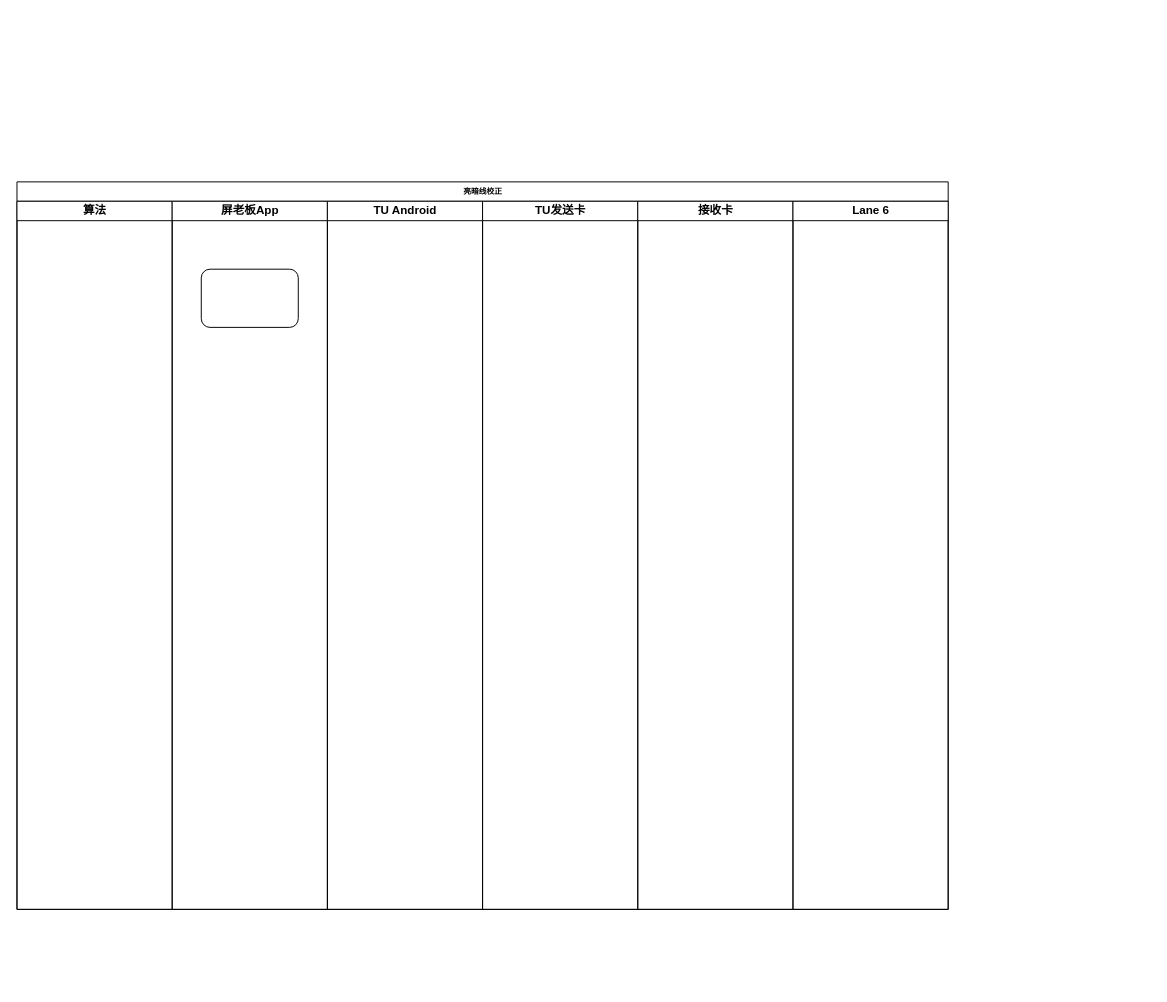
Above: 亮暗线打屏.drawio in yunlongwen/draw.io (draw.io), before the change. Source tidied: cells renumbered, new cells numbered last; positions are measured from the earlier drawing's top-left corner, leaving out a move shared by most shapes. Both pictures are drawn from the tidied source at 97%, with x=0, y=0 at pixel (16, 181).
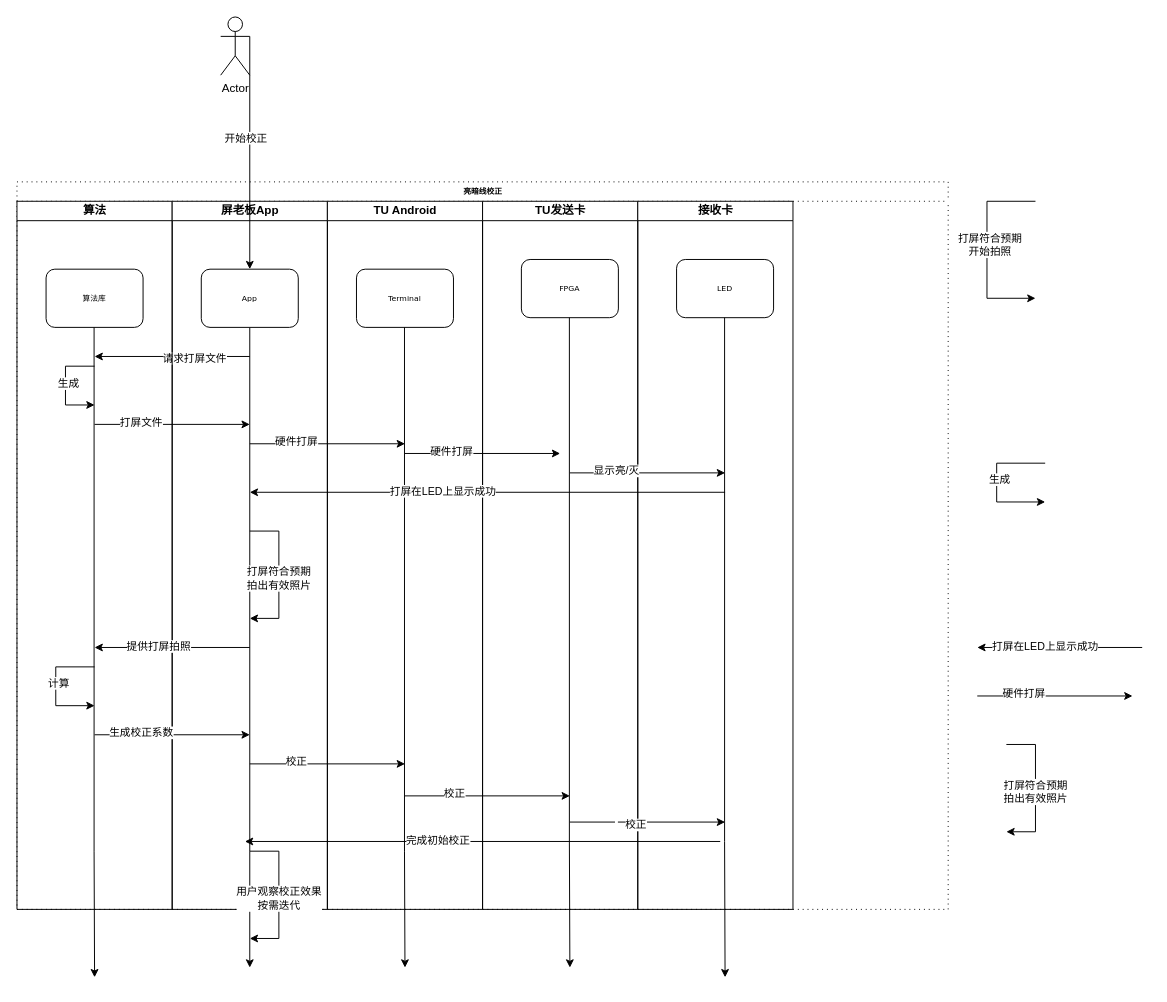
The same diagram, later.

Commit message:
更新亮暗线打屏.drawio

The change refers to these unchanged cells:
```xml
<mxCell id="3" value="算法" style="swimlane;html=1;startSize=20;" parent="2" vertex="1">
  <mxGeometry y="20" width="160" height="730" as="geometry" />
</mxCell>
<mxCell id="4" value="屏老板App" style="swimlane;html=1;startSize=20;" parent="2" vertex="1">
  <mxGeometry x="160" y="20" width="160" height="730" as="geometry" />
</mxCell>
<mxCell id="6" value="TU Android" style="swimlane;html=1;startSize=20;" parent="2" vertex="1">
  <mxGeometry x="320" y="20" width="160" height="730" as="geometry" />
</mxCell>
<mxCell id="7" value="TU发送卡" style="swimlane;html=1;startSize=20;" parent="2" vertex="1">
  <mxGeometry x="480" y="20" width="160" height="730" as="geometry" />
</mxCell>
<mxCell id="8" value="接收卡" style="swimlane;html=1;startSize=20;" parent="2" vertex="1">
  <mxGeometry x="640" y="20" width="160" height="730" as="geometry" />
</mxCell>
```

The edit, as a diff of the source:
```diff
@@
-    <mxCell id="2" value="亮暗线校正" style="swimlane;html=1;startSize=20;rounded=0;shadow=0;labelBackgroundColor=none;strokeWidth=1;fontFamily=Verdana;fontSize=8;align=center;" parent="1" vertex="1">
+    <mxCell id="2" value="亮暗线校正" style="swimlane;html=1;startSize=20;rounded=0;shadow=0;labelBackgroundColor=none;strokeWidth=1;fontFamily=Verdana;fontSize=8;align=center;dashed=1;dashPattern=1 4;" parent="1" vertex="1">
       <mxGeometry width="960" height="750" as="geometry" />
     </mxCell>
@@
+    <mxCell id="10" value="算法库" style="rounded=1;whiteSpace=wrap;html=1;shadow=0;labelBackgroundColor=none;strokeWidth=1;fontFamily=Verdana;fontSize=8;align=center;" parent="3" vertex="1">
+      <mxGeometry x="30" y="70" width="100" height="60" as="geometry" />
+    </mxCell>
+    <mxCell id="11" style="edgeStyle=orthogonalEdgeStyle;rounded=0;orthogonalLoop=1;jettySize=auto;html=1;" parent="3" edge="1">
+      <mxGeometry relative="1" as="geometry">
+        <mxPoint x="79.5" y="130" as="sourcePoint" />
+        <mxPoint x="80" y="800" as="targetPoint" />
+        <Array as="points">
+          <mxPoint x="79.5" y="670" />
+          <mxPoint x="79.5" y="670" />
+        </Array>
+      </mxGeometry>
+    </mxCell>
+    <mxCell id="12" style="endArrow=classic;html=1;rounded=0;" parent="3" edge="1">
+      <mxGeometry relative="1" as="geometry">
+        <mxPoint x="240" y="160" as="sourcePoint" />
+        <mxPoint x="80" y="160" as="targetPoint" />
+      </mxGeometry>
+    </mxCell>
+    <mxCell id="13" value="请求打屏文件" style="edgeLabel;html=1;align=center;verticalAlign=middle;" parent="12" vertex="1">
+      <mxGeometry x="-0.28" y="1" relative="1" as="geometry" />
+    </mxCell>
+    <mxCell id="14" style="endArrow=classic;html=1;rounded=0;" parent="3" edge="1">
+      <mxGeometry relative="1" as="geometry">
+        <mxPoint x="80" y="170" as="sourcePoint" />
+        <mxPoint x="80" y="210" as="targetPoint" />
+        <Array as="points">
+          <mxPoint x="50" y="170" />
+          <mxPoint x="50" y="190" />
+          <mxPoint x="50" y="210" />
+        </Array>
+      </mxGeometry>
+    </mxCell>
+    <mxCell id="15" value="生成" style="edgeLabel;html=1;align=center;verticalAlign=middle;" parent="14" vertex="1">
+      <mxGeometry x="-0.06" y="2" relative="1" as="geometry" />
+    </mxCell>
+    <mxCell id="16" style="endArrow=classic;html=1;rounded=0;" parent="3" edge="1">
+      <mxGeometry relative="1" as="geometry">
+        <mxPoint x="80" y="480" as="sourcePoint" />
+        <mxPoint x="80" y="520" as="targetPoint" />
+        <Array as="points">
+          <mxPoint x="40" y="480" />
+          <mxPoint x="40" y="520" />
+        </Array>
+      </mxGeometry>
+    </mxCell>
+    <mxCell id="17" value="计算" style="edgeLabel;html=1;align=center;verticalAlign=middle;" parent="16" vertex="1">
+      <mxGeometry x="-0.06" y="2" relative="1" as="geometry" />
+    </mxCell>
@@
+    <mxCell id="18" style="edgeStyle=orthogonalEdgeStyle;rounded=0;jettySize=auto;html=1;" parent="4" edge="1" source="5">
+      <mxGeometry relative="1" as="geometry">
+        <mxPoint x="80" y="790" as="targetPoint" />
+        <Array as="points">
+          <mxPoint x="80" y="670" />
+          <mxPoint x="80" y="670" />
+        </Array>
+      </mxGeometry>
+    </mxCell>
-    <mxCell id="5" style="rounded=1;whiteSpace=wrap;html=1;shadow=0;labelBackgroundColor=none;strokeWidth=1;fontFamily=Verdana;fontSize=8;align=center;" parent="4" vertex="1">
+    <mxCell id="5" value="App" style="rounded=1;whiteSpace=wrap;html=1;shadow=0;labelBackgroundColor=none;strokeWidth=1;fontFamily=Verdana;fontSize=8;align=center;" parent="4" vertex="1">
       <mxGeometry x="30" y="70" width="100" height="60" as="geometry" />
     </mxCell>
+    <mxCell id="19" style="endArrow=classic;html=1;rounded=0;" parent="4" edge="1">
+      <mxGeometry relative="1" as="geometry">
+        <mxPoint x="-80" y="230" as="sourcePoint" />
+        <mxPoint x="80" y="230" as="targetPoint" />
+      </mxGeometry>
+    </mxCell>
+    <mxCell id="20" value="打屏文件" style="edgeLabel;html=1;align=center;verticalAlign=middle;" parent="19" vertex="1">
+      <mxGeometry x="-0.41" y="3" relative="1" as="geometry" />
+    </mxCell>
+    <mxCell id="21" style="endArrow=classic;html=1;rounded=0;" parent="4" edge="1">
+      <mxGeometry relative="1" as="geometry">
+        <mxPoint x="80" y="460" as="sourcePoint" />
+        <mxPoint x="-80" y="460" as="targetPoint" />
+      </mxGeometry>
+    </mxCell>
+    <mxCell id="22" value="提供打屏拍照" style="edgeLabel;html=1;align=center;verticalAlign=middle;" parent="21" vertex="1">
+      <mxGeometry x="0.19" y="-2" relative="1" as="geometry" />
+    </mxCell>
+    <mxCell id="23" style="endArrow=classic;html=1;rounded=0;" parent="4" edge="1">
+      <mxGeometry relative="1" as="geometry">
+        <mxPoint x="-80" y="550" as="sourcePoint" />
+        <mxPoint x="80" y="550" as="targetPoint" />
+      </mxGeometry>
+    </mxCell>
+    <mxCell id="24" value="生成校正系数" style="edgeLabel;html=1;align=center;verticalAlign=middle;" parent="23" vertex="1">
+      <mxGeometry x="-0.41" y="3" relative="1" as="geometry" />
+    </mxCell>
+    <mxCell id="25" style="endArrow=classic;html=1;rounded=0;" parent="4" edge="1">
+      <mxGeometry relative="1" as="geometry">
+        <mxPoint x="80" y="670" as="sourcePoint" />
+        <mxPoint x="80" y="760" as="targetPoint" />
+        <Array as="points">
+          <mxPoint x="110" y="670" />
+          <mxPoint x="110" y="760" />
+        </Array>
+      </mxGeometry>
+    </mxCell>
+    <mxCell id="26" value="用户观察校正效果&lt;br&gt;按需迭代" style="edgeLabel;html=1;align=center;verticalAlign=middle;" parent="25" vertex="1">
+      <mxGeometry x="0.04" y="-1" relative="1" as="geometry" />
+    </mxCell>
@@
+    <mxCell id="27" value="Terminal" style="rounded=1;whiteSpace=wrap;html=1;shadow=0;labelBackgroundColor=none;strokeWidth=1;fontFamily=Verdana;fontSize=8;align=center;" parent="6" vertex="1">
+      <mxGeometry x="30" y="70" width="100" height="60" as="geometry" />
+    </mxCell>
+    <mxCell id="28" style="edgeStyle=orthogonalEdgeStyle;rounded=0;orthogonalLoop=1;jettySize=auto;html=1;" parent="6" edge="1">
+      <mxGeometry relative="1" as="geometry">
+        <mxPoint x="79.5" y="130" as="sourcePoint" />
+        <mxPoint x="80" y="790" as="targetPoint" />
+        <Array as="points">
+          <mxPoint x="79.5" y="670" />
+          <mxPoint x="79.5" y="670" />
+        </Array>
+      </mxGeometry>
+    </mxCell>
+    <mxCell id="29" style="endArrow=classic;html=1;rounded=0;" parent="6" edge="1">
+      <mxGeometry relative="1" as="geometry">
+        <mxPoint x="-80" y="250" as="sourcePoint" />
+        <mxPoint x="80" y="250" as="targetPoint" />
+      </mxGeometry>
+    </mxCell>
+    <mxCell id="30" value="硬件打屏" style="edgeLabel;html=1;align=center;verticalAlign=middle;" parent="29" vertex="1">
+      <mxGeometry x="-0.41" y="3" relative="1" as="geometry" />
+    </mxCell>
+    <mxCell id="31" style="endArrow=classic;html=1;rounded=0;" parent="6" edge="1">
+      <mxGeometry relative="1" as="geometry">
+        <mxPoint x="-80" y="580" as="sourcePoint" />
+        <mxPoint x="80" y="580" as="targetPoint" />
+      </mxGeometry>
+    </mxCell>
+    <mxCell id="32" value="校正" style="edgeLabel;html=1;align=center;verticalAlign=middle;" parent="31" vertex="1">
+      <mxGeometry x="-0.41" y="3" relative="1" as="geometry" />
+    </mxCell>
+    <mxCell id="33" style="endArrow=classic;html=1;rounded=0;" parent="6" edge="1">
+      <mxGeometry relative="1" as="geometry">
+        <mxPoint x="80" y="613" as="sourcePoint" />
+        <mxPoint x="250" y="613" as="targetPoint" />
+      </mxGeometry>
+    </mxCell>
+    <mxCell id="34" value="校正" style="edgeLabel;html=1;align=center;verticalAlign=middle;" parent="33" vertex="1">
+      <mxGeometry x="-0.41" y="3" relative="1" as="geometry" />
+    </mxCell>
+    <mxCell id="35" style="endArrow=classic;html=1;rounded=0;" parent="6" edge="1">
+      <mxGeometry relative="1" as="geometry">
+        <mxPoint x="405" y="660" as="sourcePoint" />
+        <mxPoint x="-85" y="660" as="targetPoint" />
+      </mxGeometry>
+    </mxCell>
+    <mxCell id="36" value="完成初始校正" style="edgeLabel;html=1;align=center;verticalAlign=middle;" parent="35" vertex="1">
+      <mxGeometry x="0.19" y="-2" relative="1" as="geometry" />
+    </mxCell>
@@
+    <mxCell id="37" value="FPGA" style="rounded=1;whiteSpace=wrap;html=1;shadow=0;labelBackgroundColor=none;strokeWidth=1;fontFamily=Verdana;fontSize=8;align=center;" parent="7" vertex="1">
+      <mxGeometry x="40" y="60" width="100" height="60" as="geometry" />
+    </mxCell>
+    <mxCell id="38" style="edgeStyle=orthogonalEdgeStyle;rounded=0;orthogonalLoop=1;jettySize=auto;html=1;" parent="7" edge="1">
+      <mxGeometry relative="1" as="geometry">
+        <mxPoint x="89.5" y="120" as="sourcePoint" />
+        <mxPoint x="90" y="790" as="targetPoint" />
+        <Array as="points">
+          <mxPoint x="89.5" y="660" />
+          <mxPoint x="89.5" y="660" />
+        </Array>
+      </mxGeometry>
+    </mxCell>
+    <mxCell id="39" style="endArrow=classic;html=1;rounded=0;" parent="7" edge="1">
+      <mxGeometry relative="1" as="geometry">
+        <mxPoint x="-80" y="260" as="sourcePoint" />
+        <mxPoint x="80" y="260" as="targetPoint" />
+      </mxGeometry>
+    </mxCell>
+    <mxCell id="40" value="硬件打屏" style="edgeLabel;html=1;align=center;verticalAlign=middle;" parent="39" vertex="1">
+      <mxGeometry x="-0.41" y="3" relative="1" as="geometry" />
+    </mxCell>
@@
-    <mxCell id="9" value="Lane 6" style="swimlane;html=1;startSize=20;" parent="2" vertex="1">
-      <mxGeometry x="800" y="20" width="160" height="730" as="geometry" />
-    </mxCell>
+    <mxCell id="41" value="LED" style="rounded=1;whiteSpace=wrap;html=1;shadow=0;labelBackgroundColor=none;strokeWidth=1;fontFamily=Verdana;fontSize=8;align=center;" parent="8" vertex="1">
+      <mxGeometry x="40" y="60" width="100" height="60" as="geometry" />
+    </mxCell>
+    <mxCell id="42" style="edgeStyle=orthogonalEdgeStyle;rounded=0;orthogonalLoop=1;jettySize=auto;html=1;" parent="8" edge="1">
+      <mxGeometry relative="1" as="geometry">
+        <mxPoint x="89.5" y="120" as="sourcePoint" />
+        <mxPoint x="90" y="800" as="targetPoint" />
+        <Array as="points">
+          <mxPoint x="89.5" y="660" />
+          <mxPoint x="89.5" y="660" />
+        </Array>
+      </mxGeometry>
+    </mxCell>
+    <mxCell id="43" style="endArrow=classic;html=1;rounded=0;" parent="8" edge="1">
+      <mxGeometry relative="1" as="geometry">
+        <mxPoint x="-70" y="280" as="sourcePoint" />
+        <mxPoint x="90" y="280" as="targetPoint" />
+      </mxGeometry>
+    </mxCell>
+    <mxCell id="44" value="显示亮/灭" style="edgeLabel;html=1;align=center;verticalAlign=middle;" parent="43" vertex="1">
+      <mxGeometry x="-0.41" y="3" relative="1" as="geometry" />
+    </mxCell>
+    <mxCell id="45" style="endArrow=classic;html=1;rounded=0;" parent="8" edge="1">
+      <mxGeometry relative="1" as="geometry">
+        <mxPoint x="-70" y="640" as="sourcePoint" />
+        <mxPoint x="90" y="640" as="targetPoint" />
+      </mxGeometry>
+    </mxCell>
+    <mxCell id="46" value="&amp;nbsp;" style="edgeLabel;html=1;align=center;verticalAlign=middle;" parent="45" vertex="1">
+      <mxGeometry x="-0.41" y="3" relative="1" as="geometry" />
+    </mxCell>
+    <mxCell id="47" value="校正" style="edgeLabel;html=1;align=center;verticalAlign=middle;" parent="45" vertex="1">
+      <mxGeometry x="-0.16" y="-2" relative="1" as="geometry" />
+    </mxCell>
+    <mxCell id="48" value="Actor" style="shape=umlActor;verticalLabelPosition=bottom;verticalAlign=top;html=1;outlineConnect=0;" parent="1" vertex="1">
+      <mxGeometry x="210" y="-170" width="30" height="60" as="geometry" />
+    </mxCell>
+    <mxCell id="49" style="endArrow=classic;html=1;rounded=0;exitX=1;exitY=0.3333333333333333;exitDx=0;exitDy=0;exitPerimeter=0;entryX=0.5;entryY=0;entryDx=0;entryDy=0;" parent="1" edge="1" source="48" target="5">
+      <mxGeometry relative="1" as="geometry" />
+    </mxCell>
+    <mxCell id="50" value="开始校正" style="edgeLabel;html=1;align=center;verticalAlign=middle;" parent="49" vertex="1">
+      <mxGeometry x="-0.13" y="-5" relative="1" as="geometry" />
+    </mxCell>
+    <mxCell id="51" style="endArrow=classic;html=1;rounded=0;" parent="1" edge="1">
+      <mxGeometry relative="1" as="geometry">
+        <mxPoint x="730" y="320" as="sourcePoint" />
+        <mxPoint x="240" y="320" as="targetPoint" />
+      </mxGeometry>
+    </mxCell>
+    <mxCell id="52" value="打屏在LED上显示成功" style="edgeLabel;html=1;align=center;verticalAlign=middle;" parent="51" vertex="1">
+      <mxGeometry x="0.19" y="-2" relative="1" as="geometry" />
+    </mxCell>
+    <mxCell id="53" style="endArrow=classic;html=1;rounded=0;" parent="1" edge="1">
+      <mxGeometry relative="1" as="geometry">
+        <mxPoint x="240" y="360" as="sourcePoint" />
+        <mxPoint x="240" y="450" as="targetPoint" />
+        <Array as="points">
+          <mxPoint x="270" y="360" />
+          <mxPoint x="270" y="450" />
+        </Array>
+      </mxGeometry>
+    </mxCell>
+    <mxCell id="54" value="打屏符合预期&lt;br style=&quot;border-color: var(--border-color);&quot;&gt;拍出有效照片" style="edgeLabel;html=1;align=center;verticalAlign=middle;" parent="53" vertex="1">
+      <mxGeometry x="0.04" y="-1" relative="1" as="geometry" />
+    </mxCell>
+    <mxCell id="55" style="endArrow=classic;html=1;rounded=0;" parent="1" edge="1">
+      <mxGeometry relative="1" as="geometry">
+        <mxPoint x="1050" y="20" as="sourcePoint" />
+        <mxPoint x="1050" y="120" as="targetPoint" />
+        <Array as="points">
+          <mxPoint x="1000" y="20" />
+          <mxPoint x="1000" y="70" />
+          <mxPoint x="1000" y="120" />
+        </Array>
+      </mxGeometry>
+    </mxCell>
+    <mxCell id="56" value="打屏符合预期&lt;br&gt;开始拍照" style="edgeLabel;html=1;align=center;verticalAlign=middle;" parent="55" vertex="1">
+      <mxGeometry x="-0.06" y="2" relative="1" as="geometry" />
+    </mxCell>
+    <mxCell id="57" style="endArrow=classic;html=1;rounded=0;" parent="1" edge="1">
+      <mxGeometry relative="1" as="geometry">
+        <mxPoint x="1060" y="290" as="sourcePoint" />
+        <mxPoint x="1060" y="330" as="targetPoint" />
+        <Array as="points">
+          <mxPoint x="1010" y="290" />
+          <mxPoint x="1010" y="330" />
+        </Array>
+      </mxGeometry>
+    </mxCell>
+    <mxCell id="58" value="生成" style="edgeLabel;html=1;align=center;verticalAlign=middle;" parent="57" vertex="1">
+      <mxGeometry x="-0.06" y="2" relative="1" as="geometry" />
+    </mxCell>
+    <mxCell id="59" style="endArrow=classic;html=1;rounded=0;" parent="1" edge="1">
+      <mxGeometry relative="1" as="geometry">
+        <mxPoint x="1160" y="480" as="sourcePoint" />
+        <mxPoint x="990" y="480" as="targetPoint" />
+      </mxGeometry>
+    </mxCell>
+    <mxCell id="60" value="打屏在LED上显示成功" style="edgeLabel;html=1;align=center;verticalAlign=middle;" parent="59" vertex="1">
+      <mxGeometry x="0.19" y="-2" relative="1" as="geometry" />
+    </mxCell>
+    <mxCell id="61" style="endArrow=classic;html=1;rounded=0;" parent="1" edge="1">
+      <mxGeometry relative="1" as="geometry">
+        <mxPoint x="990" y="530" as="sourcePoint" />
+        <mxPoint x="1150" y="530" as="targetPoint" />
+      </mxGeometry>
+    </mxCell>
+    <mxCell id="62" value="硬件打屏" style="edgeLabel;html=1;align=center;verticalAlign=middle;" parent="61" vertex="1">
+      <mxGeometry x="-0.41" y="3" relative="1" as="geometry" />
+    </mxCell>
+    <mxCell id="63" style="endArrow=classic;html=1;rounded=0;" parent="1" edge="1">
+      <mxGeometry relative="1" as="geometry">
+        <mxPoint x="1020" y="580" as="sourcePoint" />
+        <mxPoint x="1020" y="670" as="targetPoint" />
+        <Array as="points">
+          <mxPoint x="1050" y="580" />
+          <mxPoint x="1050" y="670" />
+        </Array>
+      </mxGeometry>
+    </mxCell>
+    <mxCell id="64" value="打屏符合预期&lt;br style=&quot;border-color: var(--border-color);&quot;&gt;拍出有效照片" style="edgeLabel;html=1;align=center;verticalAlign=middle;" parent="63" vertex="1">
+      <mxGeometry x="0.04" y="-1" relative="1" as="geometry" />
+    </mxCell>
```
